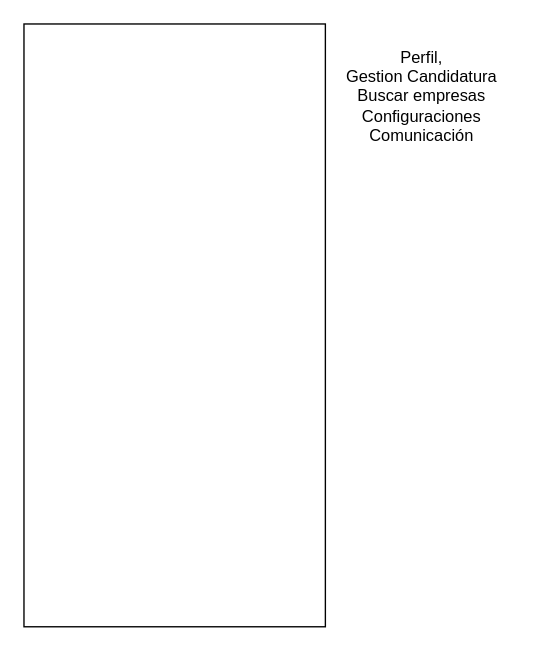
Above: page "MenuLayout" (2 of 2) of docs/bocetos/bocetos.drawio in vitadis/Nexo (draw.io), before the change. Source tidied: cells renumbered, new cells numbered last; positions are measured from the earlier drawing's top-left corner, leaving out a move shared by most shapes. Both pictures are drawn from the tidied source at 137%, with x=0, y=0 at pixel (23, 23). Pictures stored in the file or linked from it are replaced by grey dashed boxes.
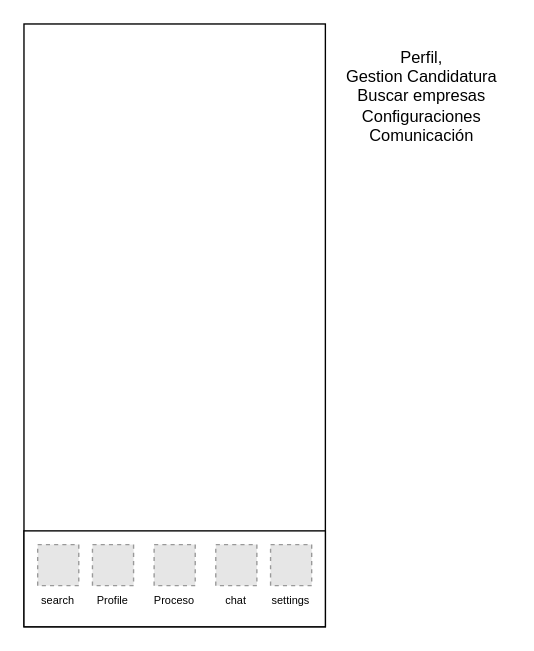
The same diagram, later.

Commit message (it also covers changes not shown here):
arquitectura/creacion del login

What changed in the source:
```diff
@@
 <mxGraphModel>
   <root>
     <mxCell id="0" />
     <mxCell id="1" parent="0" />
     <mxCell id="2" style="rounded=0;whiteSpace=wrap;html=1;" parent="1" vertex="1">
       <mxGeometry width="220" height="440" as="geometry" />
     </mxCell>
     <mxCell id="3" value="Perfil,&lt;div&gt;Gestion Candidatura&lt;/div&gt;&lt;div&gt;Buscar empresas&lt;/div&gt;&lt;div&gt;Configuraciones&lt;/div&gt;&lt;div&gt;Comunicación&lt;/div&gt;" style="text;html=1;align=center;verticalAlign=middle;strokeColor=none;fillColor=none;" parent="1" vertex="1">
       <mxGeometry x="225" y="8" width="130" height="90" as="geometry" />
     </mxCell>
+    <mxCell id="4" style="rounded=0;whiteSpace=wrap;html=1;" parent="1" vertex="1">
+      <mxGeometry y="370" width="220" height="70" as="geometry" />
+    </mxCell>
+    <mxCell id="5" value="chat" style="fillColor=#E6E6E6;strokeColor=#999999;dashed=1;verticalLabelPosition=bottom;labelBackgroundColor=default;verticalAlign=top;fontSize=8;" parent="1" vertex="1">
+      <mxGeometry x="140" y="380" width="30" height="30" as="geometry" />
+    </mxCell>
+    <mxCell id="6" value="search" style="fillColor=#E6E6E6;strokeColor=#999999;dashed=1;verticalLabelPosition=bottom;labelBackgroundColor=default;verticalAlign=top;fontSize=8;" parent="1" vertex="1">
+      <mxGeometry x="10" y="380" width="30" height="30" as="geometry" />
+    </mxCell>
+    <mxCell id="7" value="Proceso" style="fillColor=#E6E6E6;strokeColor=#999999;dashed=1;verticalLabelPosition=bottom;labelBackgroundColor=none;verticalAlign=top;fontSize=8;" parent="1" vertex="1">
+      <mxGeometry x="95" y="380" width="30" height="30" as="geometry" />
+    </mxCell>
+    <mxCell id="8" value="Profile" style="fillColor=#E6E6E6;strokeColor=#999999;dashed=1;verticalLabelPosition=bottom;labelBackgroundColor=default;verticalAlign=top;fontSize=8;" parent="1" vertex="1">
+      <mxGeometry x="50" y="380" width="30" height="30" as="geometry" />
+    </mxCell>
+    <mxCell id="9" value="settings" style="fillColor=#E6E6E6;strokeColor=#999999;dashed=1;verticalLabelPosition=bottom;labelBackgroundColor=default;verticalAlign=top;fontSize=8;" parent="1" vertex="1">
+      <mxGeometry x="180" y="380" width="30" height="30" as="geometry" />
+    </mxCell>
   </root>
 </mxGraphModel>
```
